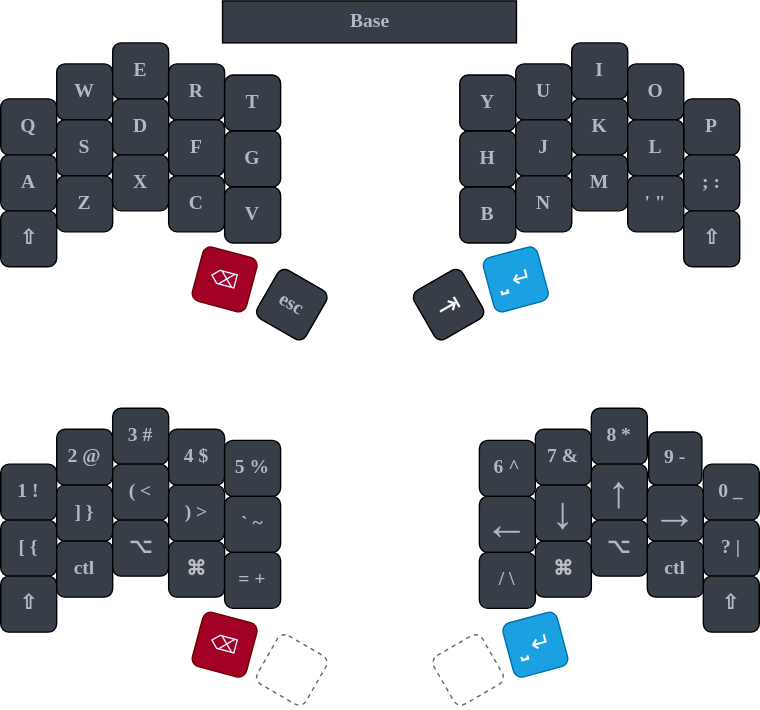
This is keyboard_map.drawio.svg from jakdept/zmk-sweep, a draw.io export, as it was before one commit. Source tidied: cells renumbered, new cells last; positions are measured from the earlier drawing's top-left corner, leaving out a move shared by most shapes.
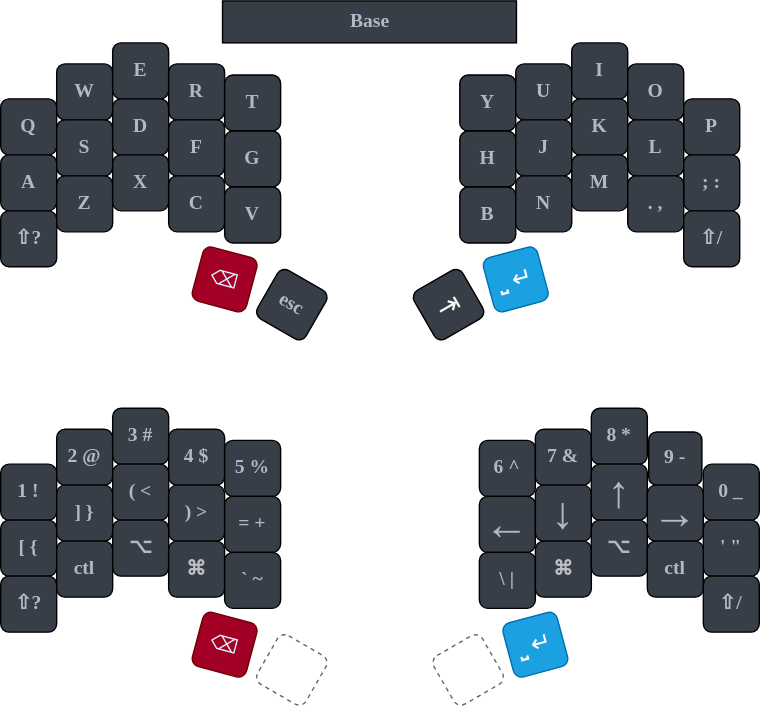
The same diagram one commit later.

Commit message:
decided where to put final keys (at least for now)

The edit, as a diff of the source:
```diff
@@ -32,7 +32,7 @@
     <mxCell id="11" value="G" style="whiteSpace=wrap;html=1;fontSize=14;fontFamily=Verdana;fontStyle=1;fontColor=#AFB9C7;fillColor=#383E47;rounded=1;" parent="1" vertex="1">
       <mxGeometry x="160" y="93" width="40" height="40" as="geometry" />
     </mxCell>
-    <mxCell id="12" value="&lt;span style=&quot;font-family: &amp;quot;segoe ui emoji&amp;quot;, &amp;quot;apple color emoji&amp;quot;, &amp;quot;noto color emoji&amp;quot;; font-size: 14px;&quot;&gt;⇧&lt;/span&gt;" style="whiteSpace=wrap;html=1;fontSize=14;fontFamily=Verdana;fontStyle=1;fontColor=#AFB9C7;fillColor=#383E47;rounded=1;" parent="1" vertex="1">
+    <mxCell id="12" value="&lt;span style=&quot;font-family: &amp;quot;segoe ui emoji&amp;quot;, &amp;quot;apple color emoji&amp;quot;, &amp;quot;noto color emoji&amp;quot;; font-size: 14px;&quot;&gt;⇧?&lt;/span&gt;" style="whiteSpace=wrap;html=1;fontSize=14;fontFamily=Verdana;fontStyle=1;fontColor=#AFB9C7;fillColor=#383E47;rounded=1;" parent="1" vertex="1">
       <mxGeometry y="150" width="40" height="40" as="geometry" />
     </mxCell>
     <mxCell id="13" value="Z" style="whiteSpace=wrap;html=1;fontSize=14;fontFamily=Verdana;fontStyle=1;fontColor=#AFB9C7;fillColor=#383E47;rounded=1;" parent="1" vertex="1">
@@ -92,10 +92,10 @@
     <mxCell id="31" value="M" style="whiteSpace=wrap;html=1;fontSize=14;fontFamily=Verdana;fontStyle=1;fontColor=#AFB9C7;fillColor=#383E47;rounded=1;" parent="1" vertex="1">
       <mxGeometry x="408" y="110" width="40" height="40" as="geometry" />
     </mxCell>
-    <mxCell id="32" value="' &quot;" style="whiteSpace=wrap;html=1;fontSize=14;fontFamily=Verdana;fontStyle=1;fontColor=#AFB9C7;fillColor=#383E47;rounded=1;" parent="1" vertex="1">
+    <mxCell id="32" value=". ," style="whiteSpace=wrap;html=1;fontSize=14;fontFamily=Verdana;fontStyle=1;fontColor=#AFB9C7;fillColor=#383E47;rounded=1;" parent="1" vertex="1">
       <mxGeometry x="448" y="125" width="40" height="40" as="geometry" />
     </mxCell>
-    <mxCell id="33" value="&lt;span style=&quot;font-family: &amp;quot;segoe ui emoji&amp;quot;, &amp;quot;apple color emoji&amp;quot;, &amp;quot;noto color emoji&amp;quot;; font-size: 14px;&quot;&gt;⇧&lt;/span&gt;" style="whiteSpace=wrap;html=1;fontSize=14;fontFamily=Verdana;fontStyle=1;fontColor=#AFB9C7;fillColor=#383E47;rounded=1;" parent="1" vertex="1">
+    <mxCell id="33" value="&lt;span style=&quot;font-family: &amp;quot;segoe ui emoji&amp;quot;, &amp;quot;apple color emoji&amp;quot;, &amp;quot;noto color emoji&amp;quot;; font-size: 14px;&quot;&gt;⇧/&lt;/span&gt;" style="whiteSpace=wrap;html=1;fontSize=14;fontFamily=Verdana;fontStyle=1;fontColor=#AFB9C7;fillColor=#383E47;rounded=1;" parent="1" vertex="1">
       <mxGeometry x="488" y="150" width="40" height="40" as="geometry" />
     </mxCell>
     <mxCell id="34" value="&lt;span style=&quot;font-family: &amp;quot;Google Sans&amp;quot;, arial, sans-serif; font-size: 20px; font-weight: 500; text-align: left;&quot;&gt;&lt;font style=&quot;&quot; color=&quot;#f6f6f6&quot;&gt;⇥&lt;/font&gt;&lt;/span&gt;" style="whiteSpace=wrap;html=1;rotation=-30;fontSize=14;fontFamily=Verdana;fontStyle=1;fontColor=#AFB9C7;fillColor=#383E47;rounded=1;" parent="1" vertex="1">
@@ -134,10 +134,10 @@
     <mxCell id="45" value=") &amp;gt;" style="whiteSpace=wrap;html=1;fontSize=14;fontFamily=Verdana;fontStyle=1;fontColor=#AFB9C7;fillColor=#383E47;rounded=1;" parent="1" vertex="1">
       <mxGeometry x="120" y="346" width="40" height="40" as="geometry" />
     </mxCell>
-    <mxCell id="46" value="` ~" style="whiteSpace=wrap;html=1;fontSize=14;fontFamily=Verdana;fontStyle=1;fontColor=#AFB9C7;fillColor=#383E47;rounded=1;" parent="1" vertex="1">
+    <mxCell id="46" value="= +" style="whiteSpace=wrap;html=1;fontSize=14;fontFamily=Verdana;fontStyle=1;fontColor=#AFB9C7;fillColor=#383E47;rounded=1;" parent="1" vertex="1">
       <mxGeometry x="160" y="354" width="40" height="40" as="geometry" />
     </mxCell>
-    <mxCell id="47" value="&lt;span style=&quot;font-family: &amp;quot;segoe ui emoji&amp;quot;, &amp;quot;apple color emoji&amp;quot;, &amp;quot;noto color emoji&amp;quot;; font-size: 14px;&quot;&gt;⇧&lt;/span&gt;" style="whiteSpace=wrap;html=1;fontSize=14;fontFamily=Verdana;fontStyle=1;fontColor=#AFB9C7;fillColor=#383E47;rounded=1;" parent="1" vertex="1">
+    <mxCell id="47" value="&lt;span style=&quot;font-family: &amp;quot;segoe ui emoji&amp;quot;, &amp;quot;apple color emoji&amp;quot;, &amp;quot;noto color emoji&amp;quot;; font-size: 14px;&quot;&gt;⇧?&lt;/span&gt;" style="whiteSpace=wrap;html=1;fontSize=14;fontFamily=Verdana;fontStyle=1;fontColor=#AFB9C7;fillColor=#383E47;rounded=1;" parent="1" vertex="1">
       <mxGeometry y="411" width="40" height="40" as="geometry" />
     </mxCell>
     <mxCell id="48" value="ctl" style="whiteSpace=wrap;html=1;fontSize=14;fontFamily=Verdana;fontStyle=1;fontColor=#AFB9C7;fillColor=#383E47;rounded=1;" parent="1" vertex="1">
@@ -149,7 +149,7 @@
     <mxCell id="50" value="&lt;span style=&quot;color: rgb(188, 192, 195); font-family: arial, sans-serif; font-size: 14px; text-align: left;&quot;&gt;⌘&lt;/span&gt;" style="whiteSpace=wrap;html=1;fontSize=14;fontFamily=Verdana;fontStyle=1;fontColor=#AFB9C7;fillColor=#383E47;rounded=1;" parent="1" vertex="1">
       <mxGeometry x="120" y="386" width="40" height="40" as="geometry" />
     </mxCell>
-    <mxCell id="51" value="= +" style="whiteSpace=wrap;html=1;fontSize=14;fontFamily=Verdana;fontStyle=1;fontColor=#AFB9C7;fillColor=#383E47;rounded=1;" parent="1" vertex="1">
+    <mxCell id="51" value="` ~" style="whiteSpace=wrap;html=1;fontSize=14;fontFamily=Verdana;fontStyle=1;fontColor=#AFB9C7;fillColor=#383E47;rounded=1;" parent="1" vertex="1">
       <mxGeometry x="160" y="394" width="40" height="40" as="geometry" />
     </mxCell>
     <mxCell id="52" style="whiteSpace=wrap;html=1;rotation=30;fontSize=14;fontFamily=Verdana;fontStyle=1;fontColor=#AFB9C7;fillColor=none;rounded=1;strokeColor=#666666;dashed=1;" parent="1" vertex="1">
@@ -182,10 +182,10 @@
     <mxCell id="61" value="&lt;span style=&quot;font-family: &amp;quot;segoe ui emoji&amp;quot;, &amp;quot;apple color emoji&amp;quot;, &amp;quot;noto color emoji&amp;quot;; font-size: 32px;&quot;&gt;→&lt;/span&gt;" style="whiteSpace=wrap;html=1;fontSize=14;fontFamily=Verdana;fontStyle=1;fontColor=#AFB9C7;fillColor=#383E47;rounded=1;" parent="1" vertex="1">
       <mxGeometry x="462" y="346" width="40" height="40" as="geometry" />
     </mxCell>
-    <mxCell id="62" value="? |" style="whiteSpace=wrap;html=1;fontSize=14;fontFamily=Verdana;fontStyle=1;fontColor=#AFB9C7;fillColor=#383E47;rounded=1;" parent="1" vertex="1">
+    <mxCell id="62" value="' &quot;" style="whiteSpace=wrap;html=1;fontSize=14;fontFamily=Verdana;fontStyle=1;fontColor=#AFB9C7;fillColor=#383E47;rounded=1;" parent="1" vertex="1">
       <mxGeometry x="502" y="371" width="40" height="40" as="geometry" />
     </mxCell>
-    <mxCell id="63" value="/ \" style="whiteSpace=wrap;html=1;fontSize=14;fontFamily=Verdana;fontStyle=1;fontColor=#AFB9C7;fillColor=#383E47;rounded=1;" parent="1" vertex="1">
+    <mxCell id="63" value="\ |" style="whiteSpace=wrap;html=1;fontSize=14;fontFamily=Verdana;fontStyle=1;fontColor=#AFB9C7;fillColor=#383E47;rounded=1;" parent="1" vertex="1">
       <mxGeometry x="342" y="394" width="40" height="40" as="geometry" />
     </mxCell>
     <mxCell id="64" value="&lt;span style=&quot;color: rgb(188, 192, 195); font-family: arial, sans-serif; font-size: 14px; text-align: left;&quot;&gt;⌘&lt;/span&gt;" style="whiteSpace=wrap;html=1;fontSize=14;fontFamily=Verdana;fontStyle=1;fontColor=#AFB9C7;fillColor=#383E47;rounded=1;" parent="1" vertex="1">
@@ -197,7 +197,7 @@
     <mxCell id="66" value="ctl" style="whiteSpace=wrap;html=1;fontSize=14;fontFamily=Verdana;fontStyle=1;fontColor=#AFB9C7;fillColor=#383E47;rounded=1;" parent="1" vertex="1">
       <mxGeometry x="462" y="386" width="40" height="40" as="geometry" />
     </mxCell>
-    <mxCell id="67" value="&lt;span style=&quot;font-family: &amp;quot;segoe ui emoji&amp;quot;, &amp;quot;apple color emoji&amp;quot;, &amp;quot;noto color emoji&amp;quot;; font-size: 14px;&quot;&gt;⇧&lt;/span&gt;" style="whiteSpace=wrap;html=1;fontSize=14;fontFamily=Verdana;fontStyle=1;fontColor=#AFB9C7;fillColor=#383E47;rounded=1;" parent="1" vertex="1">
+    <mxCell id="67" value="&lt;span style=&quot;font-family: &amp;quot;segoe ui emoji&amp;quot;, &amp;quot;apple color emoji&amp;quot;, &amp;quot;noto color emoji&amp;quot;; font-size: 14px;&quot;&gt;⇧/&lt;/span&gt;" style="whiteSpace=wrap;html=1;fontSize=14;fontFamily=Verdana;fontStyle=1;fontColor=#AFB9C7;fillColor=#383E47;rounded=1;" parent="1" vertex="1">
       <mxGeometry x="502" y="411" width="40" height="40" as="geometry" />
     </mxCell>
     <mxCell id="68" style="whiteSpace=wrap;html=1;rotation=-30;fontSize=14;fontFamily=Verdana;fontStyle=1;fontColor=#AFB9C7;fillColor=none;rounded=1;strokeColor=#666666;dashed=1;" parent="1" vertex="1">
```
